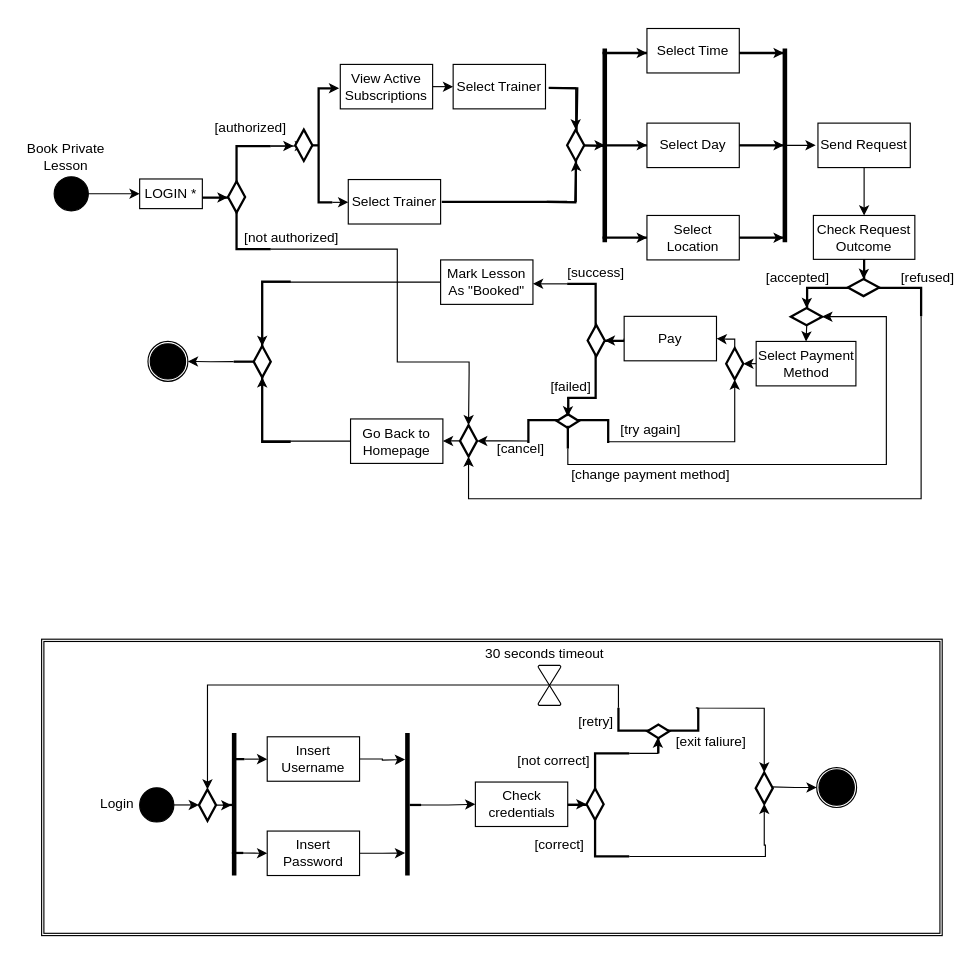
Earlier version of the draw.io diagram ADiagram(BookLesson)_Manenti.drawio (Bobbarello00/WeTrain). Source tidied: cells renumbered, new cells numbered last; positions are measured from the earlier drawing's top-left corner, leaving out a move shared by most shapes. Both pictures are drawn from the tidied source at 114%, with x=0, y=0 at pixel (19, 28).
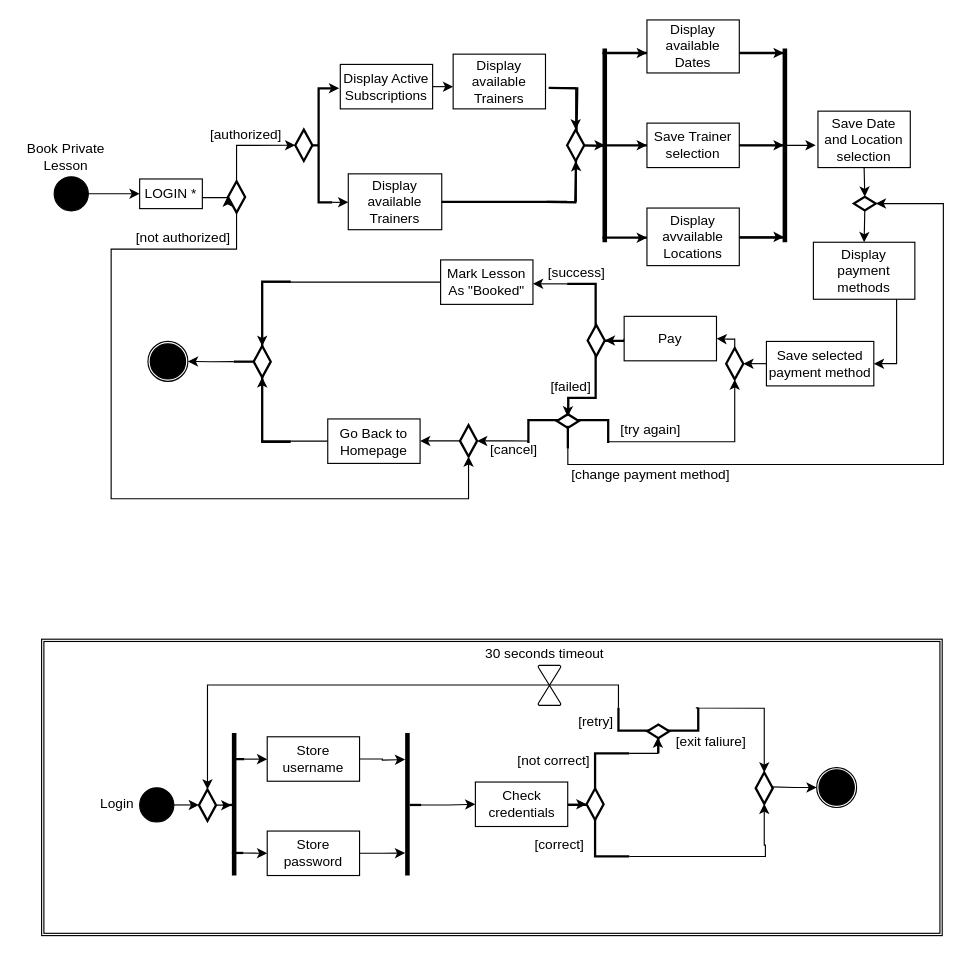
After the change.

The change refers to these unchanged cells:
```xml
<mxCell id="9" style="strokeWidth=2;html=1;shape=mxgraph.flowchart.decision;whiteSpace=wrap;fillColor=#FFFFFF;" parent="1" vertex="1">
  <mxGeometry x="182.5" y="133.5" width="15" height="27.5" as="geometry" />
</mxCell>
<mxCell id="16" style="strokeWidth=2;html=1;shape=mxgraph.flowchart.annotation_2;align=left;labelPosition=right;fillColor=#FFFFFF;" parent="1" vertex="1">
  <mxGeometry x="250" y="52" width="24" height="100" as="geometry" />
</mxCell>
<mxCell id="17" style="strokeWidth=2;html=1;shape=mxgraph.flowchart.decision;whiteSpace=wrap;fillColor=#FFFFFF;" parent="1" vertex="1">
  <mxGeometry x="241.5" y="88.2" width="15" height="27.5" as="geometry" />
</mxCell>
<mxCell id="65" style="group;rotation=-90;" parent="1" vertex="1">
  <mxGeometry x="453" y="322" width="40" height="70" as="geometry" />
</mxCell>
<mxCell id="68" style="line;strokeWidth=2;direction=south;html=1;fillColor=#FFFFFF;" parent="65" vertex="1">
  <mxGeometry x="22.6" y="26" width="10" height="20" as="geometry" />
</mxCell>
<mxCell id="132" style="strokeWidth=2;html=1;shape=mxgraph.flowchart.decision;whiteSpace=wrap;fillColor=#FFFFFF;rotation=-180;" parent="1" vertex="1">
  <mxGeometry x="386" y="347.5" width="15" height="27.5" as="geometry" />
</mxCell>
```

Diff of the diagram source:
```diff
@@
-    <mxCell id="6" style="edgeStyle=orthogonalEdgeStyle;rounded=0;jettySize=auto;html=1;exitX=1;exitY=0;exitDx=0;exitDy=0;exitPerimeter=0;entryX=0;entryY=0.5;entryDx=0;entryDy=0;entryPerimeter=0;" parent="1" edge="1" source="8" target="16">
-      <mxGeometry relative="1" as="geometry" />
-    </mxCell>
-    <mxCell id="7" style="edgeStyle=orthogonalEdgeStyle;rounded=0;jettySize=auto;html=1;exitX=1;exitY=0;exitDx=0;exitDy=0;exitPerimeter=0;" parent="1" edge="1" source="8">
-      <mxGeometry relative="1" as="geometry">
-        <mxPoint x="240" y="102" as="targetPoint" />
-      </mxGeometry>
-    </mxCell>
-    <mxCell id="8" style="strokeWidth=2;html=1;shape=mxgraph.flowchart.annotation_2;align=left;labelPosition=right;fillColor=#FFFFFF;" parent="1" vertex="1">
-      <mxGeometry x="160" y="102.6" width="60" height="90.4" as="geometry" />
-    </mxCell>
+    <mxCell id="133" style="edgeStyle=orthogonalEdgeStyle;rounded=0;jettySize=auto;html=1;exitX=0.5;exitY=1;exitDx=0;exitDy=0;exitPerimeter=0;entryX=0.5;entryY=0;entryDx=0;entryDy=0;entryPerimeter=0;" parent="1" edge="1" source="9" target="132">
+      <mxGeometry relative="1" as="geometry">
+        <Array as="points">
+          <mxPoint x="190" y="193" />
+          <mxPoint x="80" y="193" />
+          <mxPoint x="80" y="412" />
+          <mxPoint x="394" y="412" />
+        </Array>
+      </mxGeometry>
+    </mxCell>
+    <mxCell id="134" style="edgeStyle=orthogonalEdgeStyle;rounded=0;jettySize=auto;html=1;exitX=0.5;exitY=0;exitDx=0;exitDy=0;exitPerimeter=0;entryX=0;entryY=0.5;entryDx=0;entryDy=0;entryPerimeter=0;" parent="1" edge="1" source="9" target="17">
+      <mxGeometry relative="1" as="geometry" />
+    </mxCell>
@@
     <mxCell id="10" value="[not authorized]" style="text;html=1;align=center;verticalAlign=middle;strokeColor=none;fillColor=none;" parent="1" vertex="1">
-      <mxGeometry x="188" y="172.8" width="100" height="20" as="geometry" />
+      <mxGeometry x="92.9" y="173" width="100" height="20" as="geometry" />
     </mxCell>
     <mxCell id="11" value="[authorized]" style="text;html=1;align=center;verticalAlign=middle;strokeColor=none;fillColor=none;" parent="1" vertex="1">
-      <mxGeometry x="161.5" y="77" width="80" height="20" as="geometry" />
+      <mxGeometry x="157.5" y="83" width="80" height="20" as="geometry" />
     </mxCell>
@@
-    <mxCell id="13" value="View Active Subscriptions" style="whiteSpace=wrap;html=1;fillColor=#FFFFFF;" parent="1" vertex="1">
+    <mxCell id="13" value="Display Active Subscriptions" style="whiteSpace=wrap;html=1;fillColor=#FFFFFF;" parent="1" vertex="1">
       <mxGeometry x="281" y="31" width="81" height="39" as="geometry" />
     </mxCell>
@@
-    <mxCell id="18" value="Select Trainer" style="whiteSpace=wrap;html=1;fillColor=#FFFFFF;" parent="1" vertex="1">
-      <mxGeometry x="288" y="132" width="81" height="39" as="geometry" />
+    <mxCell id="18" value="Display available Trainers" style="whiteSpace=wrap;html=1;fillColor=#FFFFFF;" parent="1" vertex="1">
+      <mxGeometry x="288" y="127" width="82" height="49" as="geometry" />
     </mxCell>
-    <mxCell id="19" value="Select Trainer" style="whiteSpace=wrap;html=1;fillColor=#FFFFFF;" parent="1" vertex="1">
-      <mxGeometry x="380" y="31" width="81" height="39" as="geometry" />
+    <mxCell id="19" value="Display available Trainers" style="whiteSpace=wrap;html=1;fillColor=#FFFFFF;" parent="1" vertex="1">
+      <mxGeometry x="380" y="22" width="81" height="48" as="geometry" />
     </mxCell>
@@
-    <mxCell id="30" value="Select Time" style="whiteSpace=wrap;html=1;fillColor=#FFFFFF;" parent="1" vertex="1">
-      <mxGeometry x="550" y="-0.5" width="81" height="39" as="geometry" />
+    <mxCell id="30" value="Display available Dates" style="whiteSpace=wrap;html=1;fillColor=#FFFFFF;" parent="1" vertex="1">
+      <mxGeometry x="550" y="-8" width="81" height="46.5" as="geometry" />
     </mxCell>
@@
-    <mxCell id="32" value="Select Day" style="whiteSpace=wrap;html=1;fillColor=#FFFFFF;" parent="1" vertex="1">
+    <mxCell id="32" value="Save Trainer selection" style="whiteSpace=wrap;html=1;fillColor=#FFFFFF;" parent="1" vertex="1">
       <mxGeometry x="550" y="82.5" width="81" height="39" as="geometry" />
     </mxCell>
@@
-    <mxCell id="34" value="Select&lt;br&gt;Location" style="whiteSpace=wrap;html=1;fillColor=#FFFFFF;" parent="1" vertex="1">
-      <mxGeometry x="550" y="163.5" width="81" height="39" as="geometry" />
+    <mxCell id="34" value="Display avvailable Locations" style="whiteSpace=wrap;html=1;fillColor=#FFFFFF;" parent="1" vertex="1">
+      <mxGeometry x="550" y="157" width="81" height="50.5" as="geometry" />
     </mxCell>
@@
-    <mxCell id="40" style="edgeStyle=orthogonalEdgeStyle;rounded=0;jettySize=auto;html=1;exitX=0.5;exitY=1;exitDx=0;exitDy=0;entryX=0.5;entryY=0;entryDx=0;entryDy=0;" parent="1" edge="1" source="41" target="42">
+    <mxCell id="40" style="edgeStyle=orthogonalEdgeStyle;rounded=0;jettySize=auto;html=1;exitX=0.5;exitY=1;exitDx=0;exitDy=0;entryX=0;entryY=0.5;entryDx=0;entryDy=0;entryPerimeter=0;" parent="1" edge="1" source="41" target="137">
       <mxGeometry relative="1" as="geometry" />
     </mxCell>
-    <mxCell id="41" value="Send Request" style="whiteSpace=wrap;html=1;fillColor=#FFFFFF;" parent="1" vertex="1">
-      <mxGeometry x="700" y="82.5" width="81" height="39" as="geometry" />
+    <mxCell id="41" value="Save Date and Location selection" style="whiteSpace=wrap;html=1;fillColor=#FFFFFF;" parent="1" vertex="1">
+      <mxGeometry x="700" y="72" width="81" height="49.5" as="geometry" />
     </mxCell>
+    <mxCell id="135" style="edgeStyle=orthogonalEdgeStyle;rounded=0;jettySize=auto;html=1;exitX=0.75;exitY=1;exitDx=0;exitDy=0;entryX=1;entryY=0.5;entryDx=0;entryDy=0;" parent="1" edge="1" source="42" target="52">
+      <mxGeometry relative="1" as="geometry">
+        <Array as="points">
+          <mxPoint x="769" y="202" />
+          <mxPoint x="769" y="294" />
+        </Array>
+      </mxGeometry>
+    </mxCell>
-    <mxCell id="42" value="Check Request Outcome" style="whiteSpace=wrap;html=1;fillColor=#FFFFFF;" parent="1" vertex="1">
-      <mxGeometry x="696" y="163.5" width="89" height="38.5" as="geometry" />
+    <mxCell id="42" value="Display payment methods" style="whiteSpace=wrap;html=1;fillColor=#FFFFFF;" parent="1" vertex="1">
+      <mxGeometry x="696" y="187" width="89" height="50" as="geometry" />
     </mxCell>
-    <mxCell id="43" style="edgeStyle=orthogonalEdgeStyle;rounded=0;jettySize=auto;html=1;exitX=1;exitY=0;exitDx=0;exitDy=0;exitPerimeter=0;entryX=0.5;entryY=0;entryDx=0;entryDy=0;entryPerimeter=0;" parent="1" edge="1" source="47" target="132">
-      <mxGeometry relative="1" as="geometry">
-        <Array as="points">
-          <mxPoint x="791" y="412" />
-          <mxPoint x="394" y="412" />
-        </Array>
-      </mxGeometry>
-    </mxCell>
-    <mxCell id="44" style="edgeStyle=orthogonalEdgeStyle;rounded=0;jettySize=auto;html=1;exitX=0;exitY=0.5;exitDx=0;exitDy=0;exitPerimeter=0;entryX=0;entryY=0.5;entryDx=0;entryDy=0;entryPerimeter=0;" parent="1" edge="1" source="47" target="48">
-      <mxGeometry relative="1" as="geometry" />
-    </mxCell>
-    <mxCell id="45" style="edgeStyle=orthogonalEdgeStyle;rounded=0;jettySize=auto;html=1;exitX=1;exitY=1;exitDx=0;exitDy=0;exitPerimeter=0;entryX=0.5;entryY=0;entryDx=0;entryDy=0;" parent="1" edge="1" source="47" target="52">
-      <mxGeometry relative="1" as="geometry" />
-    </mxCell>
-    <mxCell id="46" style="edgeStyle=orthogonalEdgeStyle;rounded=0;jettySize=auto;html=1;exitX=0.5;exitY=1;exitDx=0;exitDy=0;exitPerimeter=0;entryX=0;entryY=0.5;entryDx=0;entryDy=0;entryPerimeter=0;" parent="1" edge="1" source="47" target="128">
-      <mxGeometry relative="1" as="geometry" />
-    </mxCell>
-    <mxCell id="47" style="strokeWidth=2;html=1;shape=mxgraph.flowchart.annotation_2;align=left;labelPosition=right;fillColor=#FFFFFF;rotation=90;" parent="1" vertex="1">
-      <mxGeometry x="715.5" y="177" width="50" height="100" as="geometry" />
-    </mxCell>
-    <mxCell id="48" style="strokeWidth=2;html=1;shape=mxgraph.flowchart.decision;whiteSpace=wrap;fillColor=#FFFFFF;rotation=90;" parent="1" vertex="1">
-      <mxGeometry x="732.5" y="213" width="15" height="27.5" as="geometry" />
-    </mxCell>
-    <mxCell id="49" value="[accepted]" style="text;html=1;align=center;verticalAlign=middle;strokeColor=none;fillColor=none;" parent="1" vertex="1">
-      <mxGeometry x="647" y="208" width="70" height="20" as="geometry" />
-    </mxCell>
-    <mxCell id="50" value="[refused]" style="text;html=1;align=center;verticalAlign=middle;strokeColor=none;fillColor=none;" parent="1" vertex="1">
-      <mxGeometry x="765.5" y="208" width="60" height="20" as="geometry" />
-    </mxCell>
@@
-    <mxCell id="52" value="Select Payment Method" style="whiteSpace=wrap;html=1;fillColor=#FFFFFF;" parent="1" vertex="1">
-      <mxGeometry x="645.8" y="274" width="87.5" height="39" as="geometry" />
+    <mxCell id="52" value="Save selected payment method" style="whiteSpace=wrap;html=1;fillColor=#FFFFFF;" parent="1" vertex="1">
+      <mxGeometry x="654.8" y="274" width="94.2" height="39" as="geometry" />
     </mxCell>
@@
     <mxCell id="59" value="[success]" style="text;html=1;align=center;verticalAlign=middle;strokeColor=none;fillColor=none;" parent="1" vertex="1">
-      <mxGeometry x="470" y="203.5" width="70" height="20" as="geometry" />
+      <mxGeometry x="453" y="203.5" width="70" height="20" as="geometry" />
     </mxCell>
@@
-    <mxCell id="61" style="edgeStyle=orthogonalEdgeStyle;rounded=0;jettySize=auto;html=1;exitX=0;exitY=0.5;exitDx=0;exitDy=0;exitPerimeter=0;entryX=0.5;entryY=1;entryDx=0;entryDy=0;entryPerimeter=0;" parent="1" edge="1" target="132">
-      <mxGeometry relative="1" as="geometry">
-        <mxPoint x="220" y="193" as="sourcePoint" />
-        <Array as="points">
-          <mxPoint x="331" y="193" />
-          <mxPoint x="331" y="292" />
-          <mxPoint x="394" y="292" />
-          <mxPoint x="394" y="302" />
-        </Array>
-      </mxGeometry>
-    </mxCell>
@@
     <mxCell id="69" value="[cancel]" style="text;html=1;align=center;verticalAlign=middle;strokeColor=none;fillColor=none;" parent="65" vertex="1">
-      <mxGeometry x="-44" y="36" width="60" height="20" as="geometry" />
+      <mxGeometry x="-50" y="37" width="60" height="20" as="geometry" />
     </mxCell>
@@
-    <mxCell id="72" style="edgeStyle=orthogonalEdgeStyle;rounded=0;jettySize=auto;html=1;exitX=1;exitY=0.5;exitDx=0;exitDy=0;exitPerimeter=0;entryX=0.5;entryY=0;entryDx=0;entryDy=0;entryPerimeter=0;" parent="1" edge="1" source="68" target="128">
+    <mxCell id="72" style="edgeStyle=orthogonalEdgeStyle;rounded=0;jettySize=auto;html=1;exitX=1;exitY=0.5;exitDx=0;exitDy=0;exitPerimeter=0;entryX=0.5;entryY=0;entryDx=0;entryDy=0;entryPerimeter=0;" parent="1" edge="1" source="68" target="137">
       <mxGeometry relative="1" as="geometry">
         <Array as="points">
           <mxPoint x="481" y="382" />
-          <mxPoint x="760" y="382" />
-          <mxPoint x="760" y="252" />
+          <mxPoint x="810" y="382" />
+          <mxPoint x="810" y="153" />
         </Array>
       </mxGeometry>
     </mxCell>
@@
     <mxCell id="78" value="Go Back to Homepage" style="whiteSpace=wrap;html=1;fillColor=#FFFFFF;" parent="1" vertex="1">
-      <mxGeometry x="290" y="342" width="81" height="39" as="geometry" />
+      <mxGeometry x="270" y="342" width="81" height="39" as="geometry" />
     </mxCell>
@@
-    <mxCell id="82" style="edgeStyle=orthogonalEdgeStyle;rounded=0;orthogonalLoop=1;jettySize=auto;html=1;exitX=0;exitY=0.5;exitDx=0;exitDy=0;exitPerimeter=0;entryX=0.37;entryY=0.489;entryDx=0;entryDy=0;entryPerimeter=0;" parent="1" edge="1" source="8" target="8">
-      <mxGeometry relative="1" as="geometry" />
+    <mxCell id="82" style="edgeStyle=orthogonalEdgeStyle;rounded=0;orthogonalLoop=1;jettySize=auto;html=1;exitX=0;exitY=0.5;exitDx=0;exitDy=0;exitPerimeter=0;entryX=0.37;entryY=0.489;entryDx=0;entryDy=0;entryPerimeter=0;" parent="1" edge="1">
+      <mxGeometry relative="1" as="geometry">
+        <mxPoint x="160" y="147.8" as="sourcePoint" />
+        <mxPoint x="182.2" y="146.8" as="targetPoint" />
+      </mxGeometry>
     </mxCell>
@@
-    <mxCell id="108" value="Insert Username" style="whiteSpace=wrap;html=1;fillColor=#FFFFFF;" parent="1" vertex="1">
+    <mxCell id="108" value="Store username" style="whiteSpace=wrap;html=1;fillColor=#FFFFFF;" parent="1" vertex="1">
       <mxGeometry x="216.9" y="620.8" width="81" height="39" as="geometry" />
     </mxCell>
@@
-    <mxCell id="110" value="Insert Password" style="whiteSpace=wrap;html=1;fillColor=#FFFFFF;" parent="1" vertex="1">
+    <mxCell id="110" value="Store password" style="whiteSpace=wrap;html=1;fillColor=#FFFFFF;" parent="1" vertex="1">
       <mxGeometry x="216.9" y="703.5" width="81" height="39" as="geometry" />
     </mxCell>
@@
-    <mxCell id="128" style="strokeWidth=2;html=1;shape=mxgraph.flowchart.decision;whiteSpace=wrap;fillColor=#FFFFFF;rotation=90;" parent="1" vertex="1">
-      <mxGeometry x="682.5" y="238.5" width="15" height="27.5" as="geometry" />
-    </mxCell>
@@
+    <mxCell id="136" style="edgeStyle=orthogonalEdgeStyle;rounded=0;jettySize=auto;html=1;exitX=1;exitY=0.5;exitDx=0;exitDy=0;exitPerimeter=0;entryX=0.5;entryY=0;entryDx=0;entryDy=0;" parent="1" edge="1" source="137" target="42">
+      <mxGeometry relative="1" as="geometry" />
+    </mxCell>
+    <mxCell id="137" style="strokeWidth=2;html=1;shape=mxgraph.flowchart.decision;whiteSpace=wrap;fillColor=#FFFFFF;rotation=-270;" parent="1" vertex="1">
+      <mxGeometry x="735.1" y="143.5" width="12" height="19.2" as="geometry" />
+    </mxCell>
```
